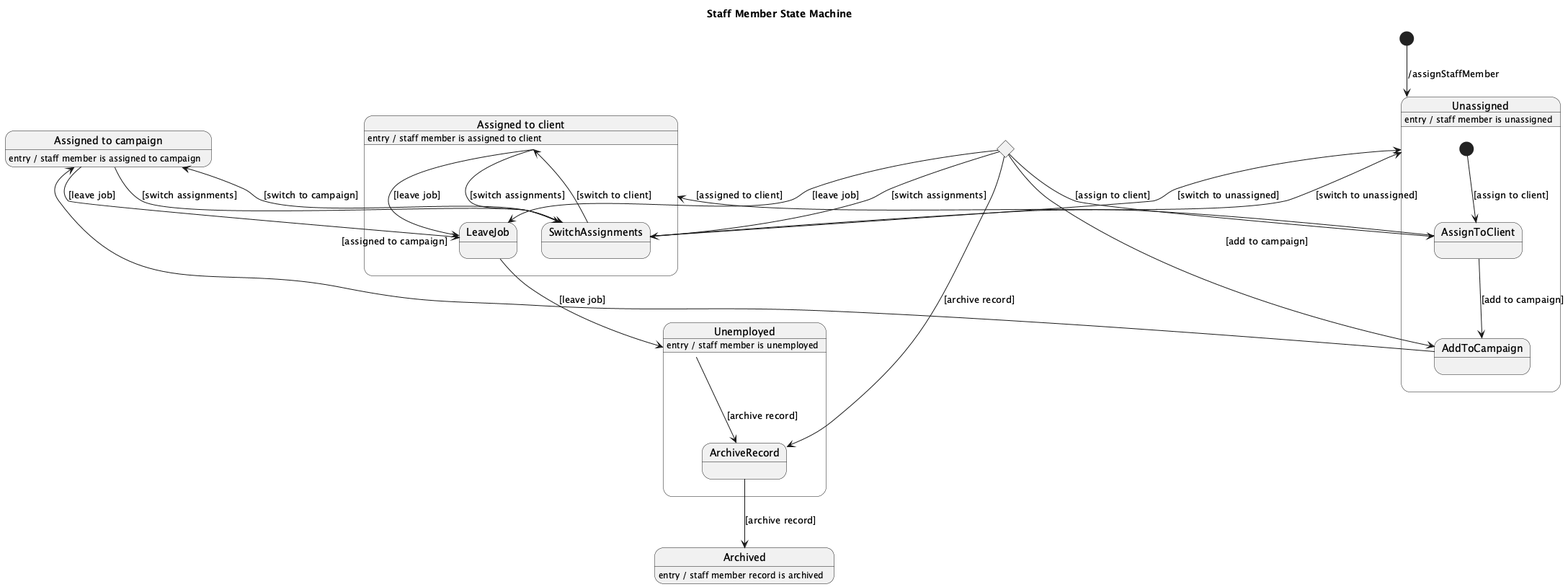
maimunafaria/State_transition_Diagram_generated_by_LLM keeps this PlantUML diagram as results/plantuml_pipeline/ensemble_stacked_llm/runs/ensemble__all_methods__candidate_pool__stacked_llm/case_80_staff_member_class/ensemble.png. Above is the earlier version.
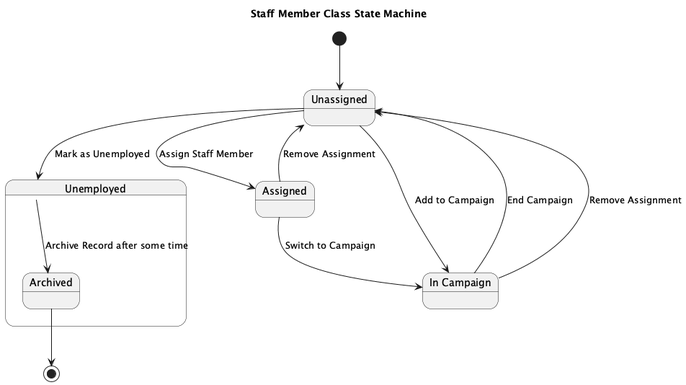
After the change.

The edit, as a diff of the source:
```diff
@@ -1,49 +1,29 @@
 @startuml
-title Staff Member State Machine
+title Staff Member Class State Machine
 
-[*] --> Unassigned : /assignStaffMember
+[*] --> Unassigned
 
 state Unassigned {
-  [*] --> AssignToClient : [assign to client]
-  AssignToClient --> AssignedToClient : [assigned to client]
-  AssignToClient --> AddToCampaign : [add to campaign]
-  AddToCampaign --> AssignedToCampaign : [assigned to campaign]
+  Unassigned --> Assigned : Assign Staff Member
+  Unassigned --> InCampaign : Add to Campaign
 }
 
-state "Assigned to client" as AssignedToClient {
-  AssignedToClient --> SwitchAssignments : [switch assignments]
-  SwitchAssignments --> Unassigned : [switch to unassigned]
-  SwitchAssignments --> AssignedToCampaign : [switch to campaign]
-  AssignedToClient --> LeaveJob : [leave job]
+state Assigned {
+  Assigned --> Unassigned : Remove Assignment
+  Assigned --> InCampaign : Switch to Campaign
 }
 
-state "Assigned to campaign" as AssignedToCampaign {
-  AssignedToCampaign --> SwitchAssignments : [switch assignments]
-  SwitchAssignments --> Unassigned : [switch to unassigned]
-  SwitchAssignments --> AssignedToClient : [switch to client]
-  AssignedToCampaign --> LeaveJob : [leave job]
+state "In Campaign" as InCampaign {
+  InCampaign --> Unassigned : End Campaign
+  InCampaign --> Unassigned : Remove Assignment
 }
 
-state "Unemployed" as Unemployed {
-  LeaveJob --> Unemployed : [leave job]
-  Unemployed --> ArchiveRecord : [archive record]
+Unassigned --> Unemployed : Mark as Unemployed
+
+state Unemployed {
+  Unemployed --> Archived : Archive Record after some time
 }
 
-state "Archived" as Archived <<final>> {
-  ArchiveRecord --> Archived : [archive record]
-}
-
-Unassigned : entry / staff member is unassigned
-AssignedToClient : entry / staff member is assigned to client
-AssignedToCampaign : entry / staff member is assigned to campaign
-Unemployed : entry / staff member is unemployed
-Archived : entry / staff member record is archived
-
-state Choice <<choice>>
-Choice --> AssignToClient : [assign to client]
-Choice --> AddToCampaign : [add to campaign]
-Choice --> SwitchAssignments : [switch assignments]
-Choice --> LeaveJob : [leave job]
-Choice --> ArchiveRecord : [archive record]
+Archived --> [*]
 
 @enduml
```
